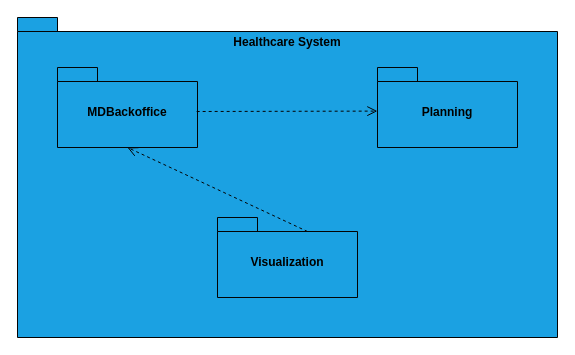
Above: docs/sprint-2/team-decisions/views/development-view/development-view-level-2.drawio in rita-barbosa/LAPR5-2425 (draw.io), before the change. Source tidied: cells renumbered, new cells numbered last; positions are measured from the earlier drawing's top-left corner, leaving out a move shared by most shapes. Both pictures are drawn from the tidied source at 100%, with x=0, y=0 at pixel (17, 17).
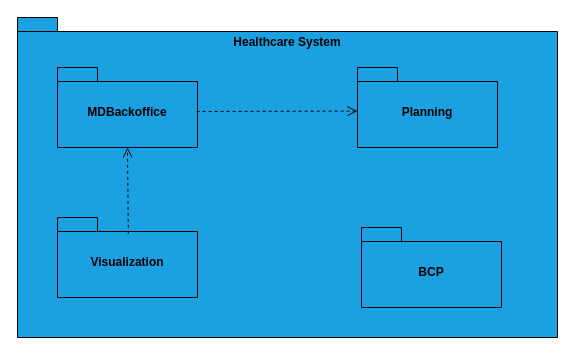
The same diagram, later.

Diff of the diagram source:
```diff
@@
 <mxGraphModel>
   <root>
     <mxCell id="0" />
     <mxCell id="1" parent="0" />
     <mxCell id="2" value="Healthcare System" style="shape=folder;fontStyle=1;spacingTop=3;tabWidth=40;tabHeight=14;tabPosition=left;html=1;whiteSpace=wrap;labelPosition=center;verticalLabelPosition=top;align=center;verticalAlign=bottom;labelBackgroundColor=none;labelBorderColor=none;spacing=-32;fillColor=#1BA1E2;strokeColor=#030303;" parent="1" vertex="1">
       <mxGeometry width="540" height="320" as="geometry" />
     </mxCell>
     <mxCell id="3" value="MDBackoffice" style="shape=folder;fontStyle=1;spacingTop=10;tabWidth=40;tabHeight=14;tabPosition=left;html=1;whiteSpace=wrap;fillColor=#1BA1E2;strokeColor=#030303;" parent="1" vertex="1">
       <mxGeometry x="40" y="50" width="140" height="80" as="geometry" />
     </mxCell>
     <mxCell id="4" value="Planning" style="shape=folder;fontStyle=1;spacingTop=10;tabWidth=40;tabHeight=14;tabPosition=left;html=1;whiteSpace=wrap;fillColor=#1BA1E2;strokeColor=#030303;" parent="1" vertex="1">
-      <mxGeometry x="360" y="50" width="140" height="80" as="geometry" />
+      <mxGeometry x="340" y="50" width="140" height="80" as="geometry" />
     </mxCell>
     <mxCell id="5" value="Visualization" style="shape=folder;fontStyle=1;spacingTop=10;tabWidth=40;tabHeight=14;tabPosition=left;html=1;whiteSpace=wrap;fillColor=#1BA1E2;strokeColor=#030303;" parent="1" vertex="1">
-      <mxGeometry x="200" y="200" width="140" height="80" as="geometry" />
+      <mxGeometry x="40" y="200" width="140" height="80" as="geometry" />
     </mxCell>
     <mxCell id="6" style="html=1;verticalAlign=bottom;endArrow=open;dashed=1;endSize=8;curved=0;rounded=0;entryX=-0.001;entryY=0.545;entryDx=0;entryDy=0;entryPerimeter=0;exitX=0.994;exitY=0.55;exitDx=0;exitDy=0;exitPerimeter=0;strokeColor=#030303;" parent="1" edge="1" source="3" target="4">
       <mxGeometry relative="1" as="geometry" />
     </mxCell>
-    <mxCell id="7" style="html=1;verticalAlign=bottom;endArrow=open;dashed=1;endSize=8;curved=0;rounded=0;entryX=0.5;entryY=1;entryDx=0;entryDy=0;entryPerimeter=0;exitX=0;exitY=0;exitDx=90;exitDy=14;exitPerimeter=0;strokeColor=#030303;" parent="1" edge="1" source="5" target="3">
+    <mxCell id="7" style="html=1;verticalAlign=bottom;endArrow=open;dashed=1;endSize=8;curved=0;rounded=0;entryX=0.5;entryY=1;entryDx=0;entryDy=0;entryPerimeter=0;exitX=0.506;exitY=0.204;exitDx=0;exitDy=0;exitPerimeter=0;strokeColor=#030303;" parent="1" edge="1" source="5" target="3">
       <mxGeometry relative="1" as="geometry" />
     </mxCell>
+    <mxCell id="8" value="BCP" style="shape=folder;fontStyle=1;spacingTop=10;tabWidth=40;tabHeight=14;tabPosition=left;html=1;whiteSpace=wrap;fillColor=#1BA1E2;strokeColor=#030303;" parent="1" vertex="1">
+      <mxGeometry x="344" y="210" width="140" height="80" as="geometry" />
+    </mxCell>
   </root>
 </mxGraphModel>
```
